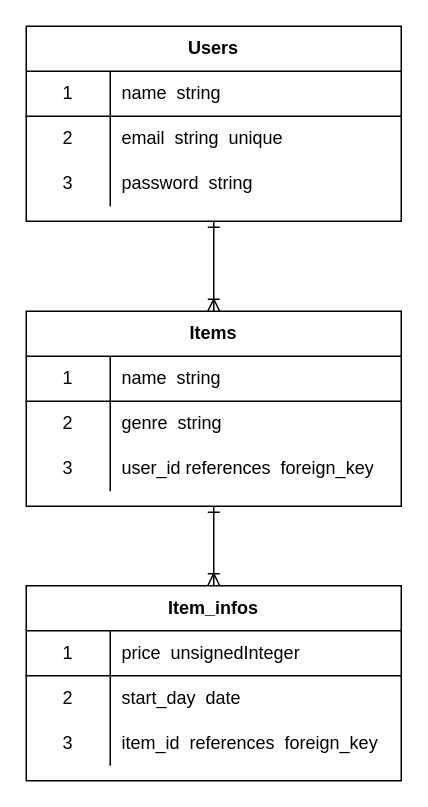
Before: database_er.drawio in sawa8626/stocker, a draw.io diagram. Source tidied: cells renumbered, new cells numbered last; positions are measured from the earlier drawing's top-left corner, leaving out a move shared by most shapes. Both pictures are drawn from the tidied source at 150%, with x=0, y=0 at pixel (26, 26).
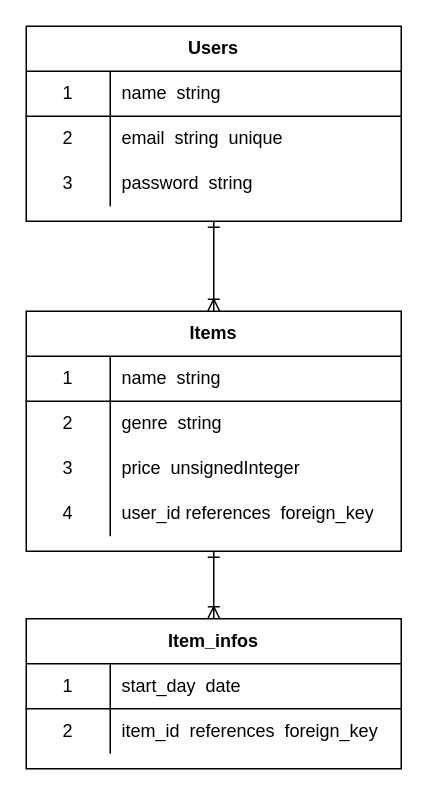
After the change.

The change refers to these unchanged cells:
```xml
<mxCell id="25" style="shape=partialRectangle;html=1;whiteSpace=wrap;fillColor=none;top=0;left=0;bottom=1;right=0;" parent="24" vertex="1">
  <mxGeometry y="30" width="250" height="30" as="geometry" />
</mxCell>
```

Diff of the diagram source:
```diff
@@
     <mxCell id="14" value="Items" style="shape=table;html=1;whiteSpace=wrap;startSize=30;childLayout=tableLayout;rowLines=0;fontStyle=1;align=center;" parent="1" vertex="1">
-      <mxGeometry y="190" width="250" height="130" as="geometry" />
+      <mxGeometry y="190" width="250" height="160" as="geometry" />
     </mxCell>
@@
+    <mxCell id="34" style="shape=partialRectangle;html=1;whiteSpace=wrap;fillColor=none;top=0;left=0;bottom=0;right=0;" parent="14" vertex="1">
+      <mxGeometry y="90" width="250" height="30" as="geometry" />
+    </mxCell>
+    <mxCell id="35" value="3" style="shape=partialRectangle;html=1;whiteSpace=wrap;fillColor=none;top=0;left=0;bottom=0;right=0;overflow=hidden;" parent="34" vertex="1">
+      <mxGeometry width="56" height="30" as="geometry" />
+    </mxCell>
+    <mxCell id="36" value="price&amp;nbsp; unsignedInteger" style="shape=partialRectangle;html=1;whiteSpace=wrap;fillColor=none;top=0;left=0;bottom=0;right=0;align=left;spacingLeft=6;overflow=hidden;" parent="34" vertex="1">
+      <mxGeometry x="56" width="194" height="30" as="geometry" />
+    </mxCell>
     <mxCell id="21" style="shape=partialRectangle;html=1;whiteSpace=wrap;fillColor=none;top=0;left=0;bottom=0;right=0;" parent="14" vertex="1">
-      <mxGeometry y="90" width="250" height="30" as="geometry" />
+      <mxGeometry y="120" width="250" height="30" as="geometry" />
     </mxCell>
-    <mxCell id="22" value="3" style="shape=partialRectangle;html=1;whiteSpace=wrap;fillColor=none;top=0;left=0;bottom=0;right=0;overflow=hidden;" parent="21" vertex="1">
+    <mxCell id="22" value="4" style="shape=partialRectangle;html=1;whiteSpace=wrap;fillColor=none;top=0;left=0;bottom=0;right=0;overflow=hidden;" parent="21" vertex="1">
       <mxGeometry width="56" height="30" as="geometry" />
     </mxCell>
@@
     <mxCell id="24" value="Item_infos" style="shape=table;html=1;whiteSpace=wrap;startSize=30;childLayout=tableLayout;rowLines=0;fontStyle=1;align=center;" parent="1" vertex="1">
-      <mxGeometry y="373" width="250" height="130" as="geometry" />
+      <mxGeometry y="395" width="250" height="100" as="geometry" />
     </mxCell>
@@
-    <mxCell id="27" value="price&amp;nbsp; unsignedInteger" style="shape=partialRectangle;html=1;whiteSpace=wrap;fillColor=none;top=0;left=0;bottom=0;right=0;align=left;spacingLeft=6;overflow=hidden;" parent="25" vertex="1">
+    <mxCell id="27" value="start_day&amp;nbsp; date" style="shape=partialRectangle;html=1;whiteSpace=wrap;fillColor=none;top=0;left=0;bottom=0;right=0;align=left;spacingLeft=6;overflow=hidden;" parent="25" vertex="1">
       <mxGeometry x="56" width="194" height="30" as="geometry" />
     </mxCell>
-    <mxCell id="28" style="shape=partialRectangle;html=1;whiteSpace=wrap;fillColor=none;top=0;left=0;bottom=0;right=0;" parent="24" vertex="1">
-      <mxGeometry y="60" width="250" height="30" as="geometry" />
-    </mxCell>
-    <mxCell id="29" value="2" style="shape=partialRectangle;html=1;whiteSpace=wrap;fillColor=none;top=0;left=0;bottom=0;right=0;overflow=hidden;" parent="28" vertex="1">
-      <mxGeometry width="56" height="30" as="geometry" />
-    </mxCell>
-    <mxCell id="30" value="start_day&amp;nbsp; date" style="shape=partialRectangle;html=1;whiteSpace=wrap;fillColor=none;top=0;left=0;bottom=0;right=0;align=left;spacingLeft=6;overflow=hidden;" parent="28" vertex="1">
-      <mxGeometry x="56" width="194" height="30" as="geometry" />
-    </mxCell>
     <mxCell id="31" style="shape=partialRectangle;html=1;whiteSpace=wrap;fillColor=none;top=0;left=0;bottom=0;right=0;" parent="24" vertex="1">
-      <mxGeometry y="90" width="250" height="30" as="geometry" />
+      <mxGeometry y="60" width="250" height="30" as="geometry" />
     </mxCell>
-    <mxCell id="32" value="3" style="shape=partialRectangle;html=1;whiteSpace=wrap;fillColor=none;top=0;left=0;bottom=0;right=0;overflow=hidden;" parent="31" vertex="1">
+    <mxCell id="32" value="2" style="shape=partialRectangle;html=1;whiteSpace=wrap;fillColor=none;top=0;left=0;bottom=0;right=0;overflow=hidden;" parent="31" vertex="1">
       <mxGeometry width="56" height="30" as="geometry" />
     </mxCell>
```
